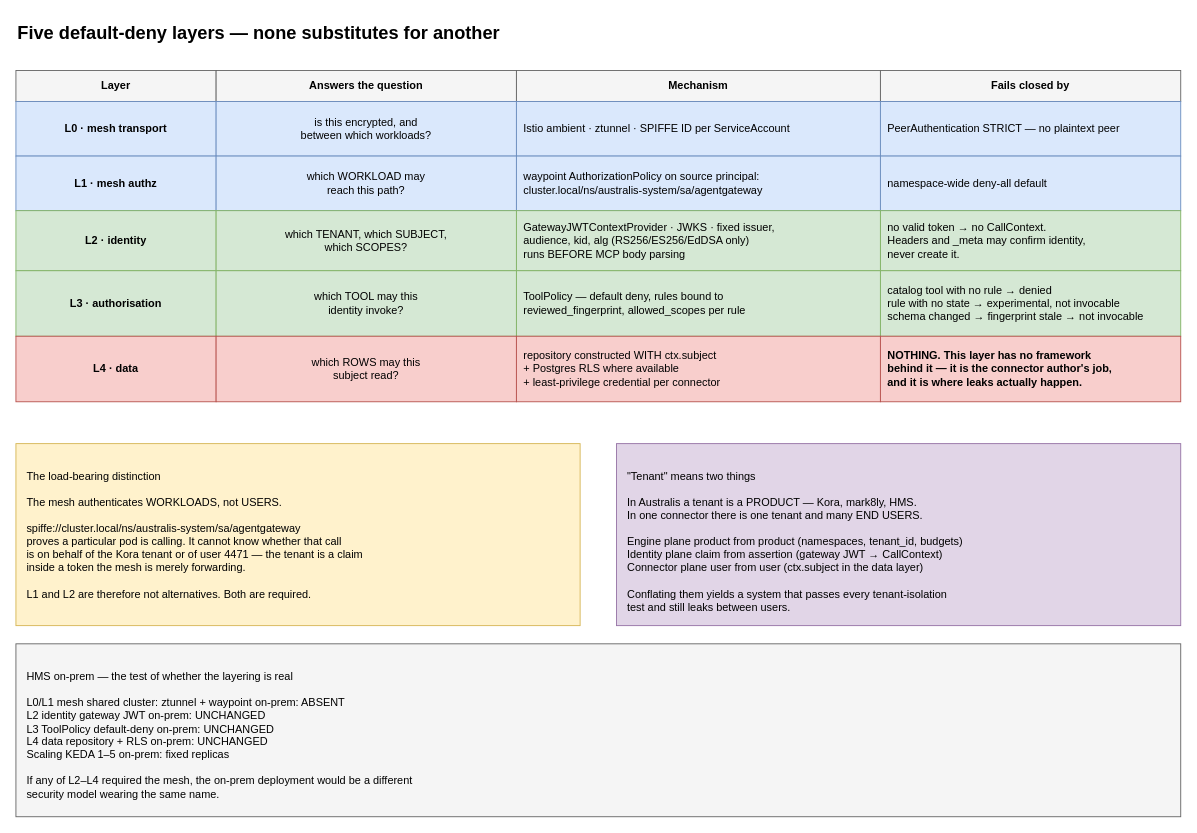
Above: page "01 Five Isolation Layers" (1 of 4) of docs/diagrams/australis-tenancy.drawio in tesserix/australis (draw.io), before the change. Source tidied: cells renumbered, new cells numbered last; positions are measured from the earlier drawing's top-left corner, leaving out a move shared by most shapes. Both pictures are drawn from the tidied source at 91%, with x=0, y=0 at pixel (15, 15).
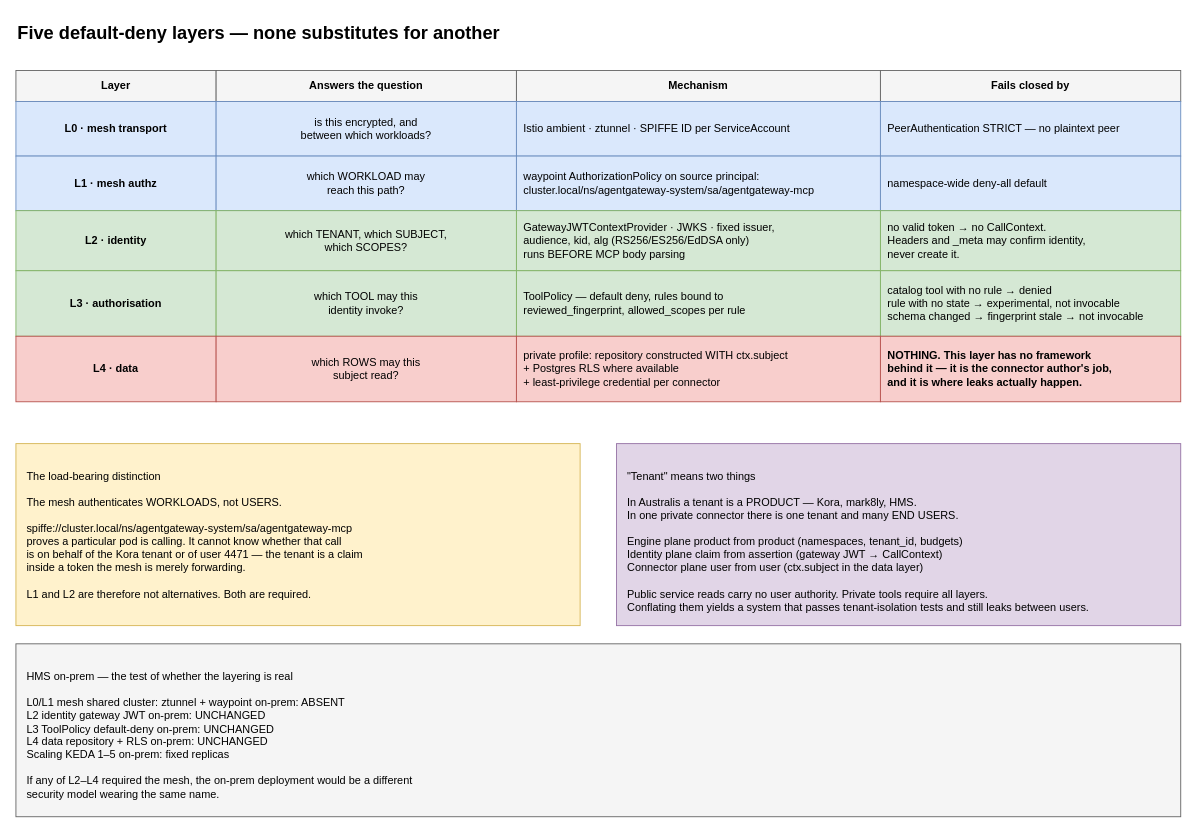
Above is the later version.

Commit message (it also covers changes not shown here):
docs: define product-owned MCP lifecycle

The edit, as a diff of the source:
```diff
@@
-    <mxCell id="13" value="waypoint AuthorizationPolicy on source principal:&#10;cluster.local/ns/australis-system/sa/agentgateway" style="rounded=0;whiteSpace=wrap;html=1;fillColor=#dae8fc;strokeColor=#6c8ebf;fontSize=12;align=left;spacing=8;" parent="1" vertex="1">
+    <mxCell id="13" value="waypoint AuthorizationPolicy on source principal:&#10;cluster.local/ns/agentgateway-system/sa/agentgateway-mcp" style="rounded=0;whiteSpace=wrap;html=1;fillColor=#dae8fc;strokeColor=#6c8ebf;fontSize=12;align=left;spacing=8;" parent="1" vertex="1">
       <mxGeometry x="550" y="154" width="400" height="60" as="geometry" />
     </mxCell>
@@
-    <mxCell id="25" value="repository constructed WITH ctx.subject&#10;+ Postgres RLS where available&#10;+ least-privilege credential per connector" style="rounded=0;whiteSpace=wrap;html=1;fillColor=#f8cecc;strokeColor=#b85450;fontSize=12;align=left;spacing=8;" parent="1" vertex="1">
+    <mxCell id="25" value="private profile: repository constructed WITH ctx.subject&#10;+ Postgres RLS where available&#10;+ least-privilege credential per connector" style="rounded=0;whiteSpace=wrap;html=1;fillColor=#f8cecc;strokeColor=#b85450;fontSize=12;align=left;spacing=8;" parent="1" vertex="1">
       <mxGeometry x="550" y="352" width="400" height="72" as="geometry" />
     </mxCell>
@@
-    <mxCell id="27" value="The load-bearing distinction&#10;&#10;The mesh authenticates WORKLOADS, not USERS.&#10;&#10;spiffe://cluster.local/ns/australis-system/sa/agentgateway&#10;proves a particular pod is calling. It cannot know whether that call&#10;is on behalf of the Kora tenant or of user 4471 — the tenant is a claim&#10;inside a token the mesh is merely forwarding.&#10;&#10;L1 and L2 are therefore not alternatives. Both are required." style="rounded=0;whiteSpace=wrap;html=1;fillColor=#fff2cc;strokeColor=#d6b656;align=left;spacing=12;verticalAlign=top;spacingTop=12;fontSize=12;" parent="1" vertex="1">
+    <mxCell id="27" value="The load-bearing distinction&#10;&#10;The mesh authenticates WORKLOADS, not USERS.&#10;&#10;spiffe://cluster.local/ns/agentgateway-system/sa/agentgateway-mcp&#10;proves a particular pod is calling. It cannot know whether that call&#10;is on behalf of the Kora tenant or of user 4471 — the tenant is a claim&#10;inside a token the mesh is merely forwarding.&#10;&#10;L1 and L2 are therefore not alternatives. Both are required." style="rounded=0;whiteSpace=wrap;html=1;fillColor=#fff2cc;strokeColor=#d6b656;align=left;spacing=12;verticalAlign=top;spacingTop=12;fontSize=12;" parent="1" vertex="1">
       <mxGeometry y="470" width="620" height="200" as="geometry" />
     </mxCell>
-    <mxCell id="28" value="&quot;Tenant&quot; means two things&#10;&#10;In Australis          a tenant is a PRODUCT — Kora, mark8ly, HMS.&#10;In one connector      there is one tenant and many END USERS.&#10;&#10;Engine plane      product from product   (namespaces, tenant_id, budgets)&#10;Identity plane    claim from assertion   (gateway JWT → CallContext)&#10;Connector plane   user from user         (ctx.subject in the data layer)&#10;&#10;Conflating them yields a system that passes every tenant-isolation&#10;test and still leaks between users." style="rounded=0;whiteSpace=wrap;html=1;fillColor=#e1d5e7;strokeColor=#9673a6;align=left;spacing=12;verticalAlign=top;spacingTop=12;fontSize=12;" parent="1" vertex="1">
+    <mxCell id="28" value="&quot;Tenant&quot; means two things&#10;&#10;In Australis          a tenant is a PRODUCT — Kora, mark8ly, HMS.&#10;In one private connector there is one tenant and many END USERS.&#10;&#10;Engine plane      product from product   (namespaces, tenant_id, budgets)&#10;Identity plane    claim from assertion   (gateway JWT → CallContext)&#10;Connector plane   user from user         (ctx.subject in the data layer)&#10;&#10;Public service reads carry no user authority. Private tools require all layers.&#10;Conflating them yields a system that passes tenant-isolation tests and still leaks between users." style="rounded=0;whiteSpace=wrap;html=1;fillColor=#e1d5e7;strokeColor=#9673a6;align=left;spacing=12;verticalAlign=top;spacingTop=12;fontSize=12;" parent="1" vertex="1">
       <mxGeometry x="660" y="470" width="620" height="200" as="geometry" />
     </mxCell>
```
